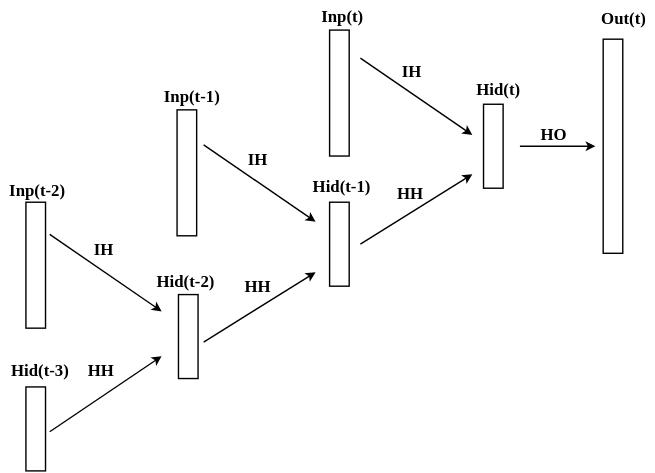
Above: blog/elman_rnn_unfolded.svg in zavgorodnii/rnn (draw.io), before the change. Source tidied: cells renumbered, new cells last; positions are measured from the earlier drawing's top-left corner, leaving out a move shared by most shapes. The source it was exported from:
```xml
<mxGraphModel background="#ffffff">
  <root>
    <mxCell id="0" />
    <mxCell id="1" parent="0" />
    <mxCell id="2" style="whiteSpace=wrap;html=1;rotation=90;" parent="1" vertex="1">
      <mxGeometry x="217" y="58" width="90" height="14" as="geometry" />
    </mxCell>
    <mxCell id="3" style="whiteSpace=wrap;html=1;rotation=90;" parent="1" vertex="1">
      <mxGeometry x="232" y="166" width="60" height="14" as="geometry" />
    </mxCell>
    <mxCell id="4" style="whiteSpace=wrap;html=1;rotation=90;" parent="1" vertex="1">
      <mxGeometry x="342" y="96" width="60" height="14" as="geometry" />
    </mxCell>
    <mxCell id="5" style="whiteSpace=wrap;html=1;rotation=90;" parent="1" vertex="1">
      <mxGeometry x="381" y="96" width="153" height="14" as="geometry" />
    </mxCell>
    <mxCell id="6" style="endArrow=classic;html=1;endSize=4;" parent="1" edge="1">
      <mxGeometry relative="1" as="geometry">
        <mxPoint x="277" y="40" as="sourcePoint" />
        <mxPoint x="357" y="95" as="targetPoint" />
      </mxGeometry>
    </mxCell>
    <mxCell id="7" style="endArrow=classic;html=1;startSize=6;endSize=4;" parent="1" edge="1">
      <mxGeometry relative="1" as="geometry">
        <mxPoint x="277" y="173" as="sourcePoint" />
        <mxPoint x="357" y="123" as="targetPoint" />
      </mxGeometry>
    </mxCell>
    <mxCell id="8" style="endArrow=classic;html=1;endSize=4;" parent="1" edge="1">
      <mxGeometry relative="1" as="geometry">
        <mxPoint x="391" y="103" as="sourcePoint" />
        <mxPoint x="445" y="103" as="targetPoint" />
      </mxGeometry>
    </mxCell>
    <mxCell id="9" value="&lt;font face=&quot;Garamond&quot;&gt;&lt;b&gt;Inp(t)&lt;/b&gt;&lt;/font&gt;" style="text;html=1;strokeColor=none;fillColor=none;align=center;verticalAlign=middle;whiteSpace=wrap;" parent="1" vertex="1">
      <mxGeometry x="244" width="40" height="20" as="geometry" />
    </mxCell>
    <mxCell id="10" value="&lt;font face=&quot;Garamond&quot;&gt;&lt;b&gt;Hid(t-1)&lt;/b&gt;&lt;/font&gt;" style="text;html=1;strokeColor=none;fillColor=none;align=center;verticalAlign=middle;whiteSpace=wrap;" parent="1" vertex="1">
      <mxGeometry x="237" y="121" width="53" height="20" as="geometry" />
    </mxCell>
    <mxCell id="11" value="&lt;b&gt;&lt;font face=&quot;Garamond&quot;&gt;Hid(t&lt;/font&gt;&lt;span style=&quot;font-family: &amp;#34;garamond&amp;#34;&quot;&gt;)&lt;/span&gt;&lt;/b&gt;" style="text;html=1;strokeColor=none;fillColor=none;align=center;verticalAlign=middle;whiteSpace=wrap;" parent="1" vertex="1">
      <mxGeometry x="354" y="52" width="43" height="20" as="geometry" />
    </mxCell>
    <mxCell id="12" value="&lt;font face=&quot;Garamond&quot;&gt;&lt;b&gt;Out(t)&lt;/b&gt;&lt;/font&gt;" style="text;html=1;strokeColor=none;fillColor=none;align=center;verticalAlign=middle;whiteSpace=wrap;" parent="1" vertex="1">
      <mxGeometry x="443" y="1" width="43" height="20" as="geometry" />
    </mxCell>
    <mxCell id="13" value="&lt;font face=&quot;Garamond&quot;&gt;&lt;b&gt;IH&lt;/b&gt;&lt;/font&gt;" style="text;html=1;strokeColor=none;fillColor=none;align=center;verticalAlign=middle;whiteSpace=wrap;" parent="1" vertex="1">
      <mxGeometry x="292" y="39" width="43" height="20" as="geometry" />
    </mxCell>
    <mxCell id="14" value="&lt;font face=&quot;Garamond&quot;&gt;&lt;b&gt;HH&lt;/b&gt;&lt;/font&gt;" style="text;html=1;strokeColor=none;fillColor=none;align=center;verticalAlign=middle;whiteSpace=wrap;" parent="1" vertex="1">
      <mxGeometry x="291" y="126" width="43" height="20" as="geometry" />
    </mxCell>
    <mxCell id="15" value="&lt;font face=&quot;Garamond&quot;&gt;&lt;b&gt;HO&lt;/b&gt;&lt;/font&gt;" style="text;html=1;strokeColor=none;fillColor=none;align=center;verticalAlign=middle;whiteSpace=wrap;" parent="1" vertex="1">
      <mxGeometry x="393" y="84" width="43" height="20" as="geometry" />
    </mxCell>
    <mxCell id="16" style="whiteSpace=wrap;html=1;rotation=90;" parent="1" vertex="1">
      <mxGeometry x="108" y="115" width="90" height="14" as="geometry" />
    </mxCell>
    <mxCell id="17" style="whiteSpace=wrap;html=1;rotation=90;" parent="1" vertex="1">
      <mxGeometry x="124" y="232" width="60" height="14" as="geometry" />
    </mxCell>
    <mxCell id="18" style="endArrow=classic;html=1;endSize=4;" parent="1" edge="1">
      <mxGeometry x="178" y="119" as="geometry">
        <mxPoint x="165" y="102" as="sourcePoint" />
        <mxPoint x="245" y="157" as="targetPoint" />
      </mxGeometry>
    </mxCell>
    <mxCell id="19" style="endArrow=classic;html=1;startSize=6;endSize=4;" parent="1" edge="1">
      <mxGeometry x="178" y="199" as="geometry">
        <mxPoint x="165" y="243" as="sourcePoint" />
        <mxPoint x="245" y="193" as="targetPoint" />
      </mxGeometry>
    </mxCell>
    <mxCell id="20" value="&lt;font face=&quot;Garamond&quot;&gt;&lt;b&gt;Hid(t-2)&lt;/b&gt;&lt;/font&gt;" style="text;html=1;strokeColor=none;fillColor=none;align=center;verticalAlign=middle;whiteSpace=wrap;" parent="1" vertex="1">
      <mxGeometry x="125" y="189" width="53" height="20" as="geometry" />
    </mxCell>
    <mxCell id="21" value="&lt;font face=&quot;Garamond&quot;&gt;&lt;b&gt;IH&lt;/b&gt;&lt;/font&gt;" style="text;html=1;strokeColor=none;fillColor=none;align=center;verticalAlign=middle;whiteSpace=wrap;" parent="1" vertex="1">
      <mxGeometry x="182" y="102" width="43" height="20" as="geometry" />
    </mxCell>
    <mxCell id="22" value="&lt;font face=&quot;Garamond&quot;&gt;&lt;b&gt;HH&lt;/b&gt;&lt;/font&gt;" style="text;html=1;strokeColor=none;fillColor=none;align=center;verticalAlign=middle;whiteSpace=wrap;" parent="1" vertex="1">
      <mxGeometry x="182" y="193" width="43" height="20" as="geometry" />
    </mxCell>
    <mxCell id="23" value="&lt;font face=&quot;Garamond&quot;&gt;&lt;b&gt;Inp(t-1)&lt;/b&gt;&lt;/font&gt;" style="text;html=1;strokeColor=none;fillColor=none;align=center;verticalAlign=middle;whiteSpace=wrap;" parent="1" vertex="1">
      <mxGeometry x="133" y="57" width="47" height="20" as="geometry" />
    </mxCell>
    <mxCell id="24" style="whiteSpace=wrap;html=1;rotation=90;" parent="1" vertex="1">
      <mxGeometry y="181" width="90" height="14" as="geometry" />
    </mxCell>
    <mxCell id="25" style="whiteSpace=wrap;html=1;rotation=90;" parent="1" vertex="1">
      <mxGeometry x="15" y="298" width="60" height="14" as="geometry" />
    </mxCell>
    <mxCell id="26" style="endArrow=classic;html=1;endSize=4;" parent="1" edge="1">
      <mxGeometry x="68" y="183" as="geometry">
        <mxPoint x="55" y="166" as="sourcePoint" />
        <mxPoint x="135" y="221" as="targetPoint" />
      </mxGeometry>
    </mxCell>
    <mxCell id="27" style="endArrow=classic;html=1;startSize=6;endSize=4;" parent="1" edge="1">
      <mxGeometry x="68" y="263" as="geometry">
        <mxPoint x="55" y="307" as="sourcePoint" />
        <mxPoint x="135" y="253" as="targetPoint" />
      </mxGeometry>
    </mxCell>
    <mxCell id="28" value="&lt;font face=&quot;Garamond&quot;&gt;&lt;b&gt;Hid(t-3)&lt;/b&gt;&lt;/font&gt;" style="text;html=1;strokeColor=none;fillColor=none;align=center;verticalAlign=middle;whiteSpace=wrap;" parent="1" vertex="1">
      <mxGeometry x="21" y="253" width="53" height="20" as="geometry" />
    </mxCell>
    <mxCell id="29" value="&lt;font face=&quot;Garamond&quot;&gt;&lt;b&gt;IH&lt;/b&gt;&lt;/font&gt;" style="text;html=1;strokeColor=none;fillColor=none;align=center;verticalAlign=middle;whiteSpace=wrap;" parent="1" vertex="1">
      <mxGeometry x="72" y="166" width="43" height="20" as="geometry" />
    </mxCell>
    <mxCell id="30" value="&lt;font face=&quot;Garamond&quot;&gt;&lt;b&gt;HH&lt;/b&gt;&lt;/font&gt;" style="text;html=1;strokeColor=none;fillColor=none;align=center;verticalAlign=middle;whiteSpace=wrap;" parent="1" vertex="1">
      <mxGeometry x="70" y="253" width="43" height="20" as="geometry" />
    </mxCell>
    <mxCell id="31" value="&lt;font face=&quot;Garamond&quot;&gt;&lt;b&gt;Inp(t-2)&lt;/b&gt;&lt;/font&gt;" style="text;html=1;strokeColor=none;fillColor=none;align=center;verticalAlign=middle;whiteSpace=wrap;" parent="1" vertex="1">
      <mxGeometry x="22" y="124" width="47" height="20" as="geometry" />
    </mxCell>
  </root>
</mxGraphModel>
```
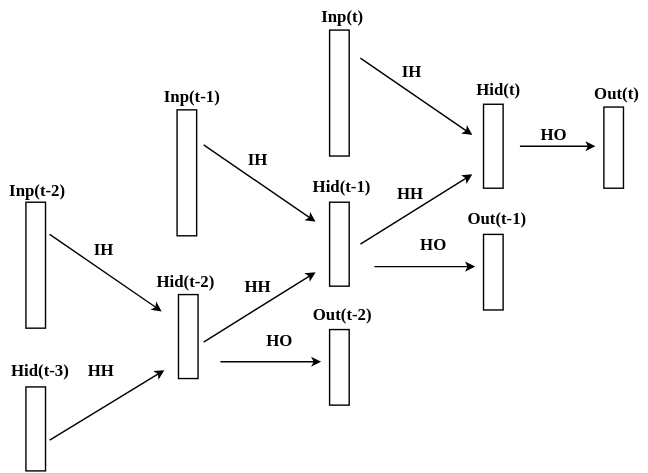
The same file after the commit.

Diff of the diagram source:
```diff
@@ -12,7 +12,7 @@
       <mxGeometry x="342" y="96" width="60" height="14" as="geometry" />
     </mxCell>
     <mxCell id="5" style="whiteSpace=wrap;html=1;rotation=90;" parent="1" vertex="1">
-      <mxGeometry x="381" y="96" width="153" height="14" as="geometry" />
+      <mxGeometry x="429" y="97" width="58" height="14" as="geometry" />
     </mxCell>
     <mxCell id="6" style="endArrow=classic;html=1;endSize=4;" parent="1" edge="1">
       <mxGeometry relative="1" as="geometry">
@@ -42,7 +42,7 @@
       <mxGeometry x="354" y="52" width="43" height="20" as="geometry" />
     </mxCell>
     <mxCell id="12" value="&lt;font face=&quot;Garamond&quot;&gt;&lt;b&gt;Out(t)&lt;/b&gt;&lt;/font&gt;" style="text;html=1;strokeColor=none;fillColor=none;align=center;verticalAlign=middle;whiteSpace=wrap;" parent="1" vertex="1">
-      <mxGeometry x="443" y="1" width="43" height="20" as="geometry" />
+      <mxGeometry x="438" y="55" width="43" height="20" as="geometry" />
     </mxCell>
     <mxCell id="13" value="&lt;font face=&quot;Garamond&quot;&gt;&lt;b&gt;IH&lt;/b&gt;&lt;/font&gt;" style="text;html=1;strokeColor=none;fillColor=none;align=center;verticalAlign=middle;whiteSpace=wrap;" parent="1" vertex="1">
       <mxGeometry x="292" y="39" width="43" height="20" as="geometry" />
@@ -97,8 +97,8 @@
     </mxCell>
     <mxCell id="27" style="endArrow=classic;html=1;startSize=6;endSize=4;" parent="1" edge="1">
       <mxGeometry x="68" y="263" as="geometry">
-        <mxPoint x="55" y="307" as="sourcePoint" />
-        <mxPoint x="135" y="253" as="targetPoint" />
+        <mxPoint x="55" y="313" as="sourcePoint" />
+        <mxPoint x="137" y="263" as="targetPoint" />
       </mxGeometry>
     </mxCell>
     <mxCell id="28" value="&lt;font face=&quot;Garamond&quot;&gt;&lt;b&gt;Hid(t-3)&lt;/b&gt;&lt;/font&gt;" style="text;html=1;strokeColor=none;fillColor=none;align=center;verticalAlign=middle;whiteSpace=wrap;" parent="1" vertex="1">
@@ -113,5 +113,35 @@
     <mxCell id="31" value="&lt;font face=&quot;Garamond&quot;&gt;&lt;b&gt;Inp(t-2)&lt;/b&gt;&lt;/font&gt;" style="text;html=1;strokeColor=none;fillColor=none;align=center;verticalAlign=middle;whiteSpace=wrap;" parent="1" vertex="1">
       <mxGeometry x="22" y="124" width="47" height="20" as="geometry" />
     </mxCell>
+    <mxCell id="32" style="whiteSpace=wrap;html=1;rotation=90;" parent="1" vertex="1">
+      <mxGeometry x="345" y="186" width="54" height="14" as="geometry" />
+    </mxCell>
+    <mxCell id="33" style="endArrow=classic;html=1;endSize=4;" parent="1" edge="1">
+      <mxGeometry x="318" y="206" as="geometry">
+        <mxPoint x="287" y="189" as="sourcePoint" />
+        <mxPoint x="359" y="189" as="targetPoint" />
+      </mxGeometry>
+    </mxCell>
+    <mxCell id="34" value="&lt;font face=&quot;Garamond&quot;&gt;&lt;b&gt;Out(t-1)&lt;/b&gt;&lt;/font&gt;" style="text;html=1;strokeColor=none;fillColor=none;align=center;verticalAlign=middle;whiteSpace=wrap;" parent="1" vertex="1">
+      <mxGeometry x="351" y="144" width="46" height="20" as="geometry" />
+    </mxCell>
+    <mxCell id="35" value="&lt;font face=&quot;Garamond&quot;&gt;&lt;b&gt;HO&lt;/b&gt;&lt;/font&gt;" style="text;html=1;strokeColor=none;fillColor=none;align=center;verticalAlign=middle;whiteSpace=wrap;" parent="1" vertex="1">
+      <mxGeometry x="307" y="163" width="43" height="20" as="geometry" />
+    </mxCell>
+    <mxCell id="36" style="whiteSpace=wrap;html=1;rotation=90;" parent="1" vertex="1">
+      <mxGeometry x="235" y="254" width="54" height="14" as="geometry" />
+    </mxCell>
+    <mxCell id="37" style="endArrow=classic;html=1;endSize=4;" parent="1" edge="1">
+      <mxGeometry x="208" y="274" as="geometry">
+        <mxPoint x="177" y="257" as="sourcePoint" />
+        <mxPoint x="249" y="257" as="targetPoint" />
+      </mxGeometry>
+    </mxCell>
+    <mxCell id="38" value="&lt;font face=&quot;Garamond&quot;&gt;&lt;b&gt;Out(t-2)&lt;/b&gt;&lt;/font&gt;" style="text;html=1;strokeColor=none;fillColor=none;align=center;verticalAlign=middle;whiteSpace=wrap;" parent="1" vertex="1">
+      <mxGeometry x="241" y="213" width="46" height="20" as="geometry" />
+    </mxCell>
+    <mxCell id="39" value="&lt;font face=&quot;Garamond&quot;&gt;&lt;b&gt;HO&lt;/b&gt;&lt;/font&gt;" style="text;html=1;strokeColor=none;fillColor=none;align=center;verticalAlign=middle;whiteSpace=wrap;" parent="1" vertex="1">
+      <mxGeometry x="197" y="231" width="43" height="20" as="geometry" />
+    </mxCell>
   </root>
 </mxGraphModel>
```
